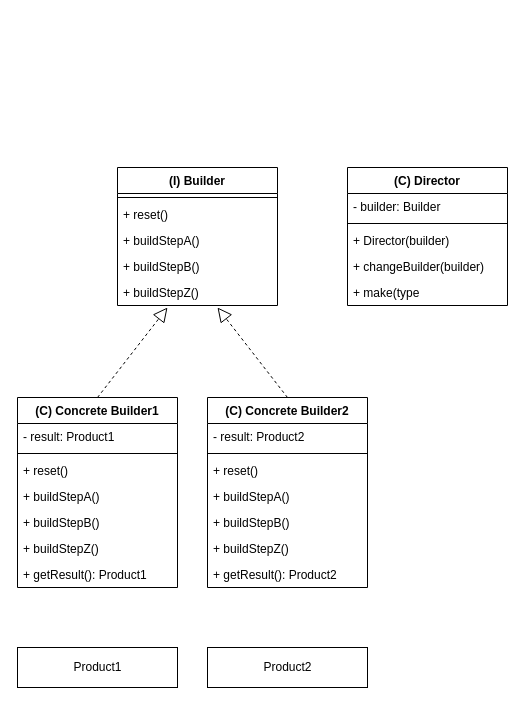
This is 04-デザインパターン/生成/Builder/クラス図.drawio from bamboo-house/Good-Code, a draw.io file, before an edit. Source tidied: cells renumbered, new cells numbered last; positions are measured from the earlier drawing's top-left corner, leaving out a move shared by most shapes. Both pictures are drawn from the tidied source at 100%, with x=0, y=0 at pixel (17, 167).
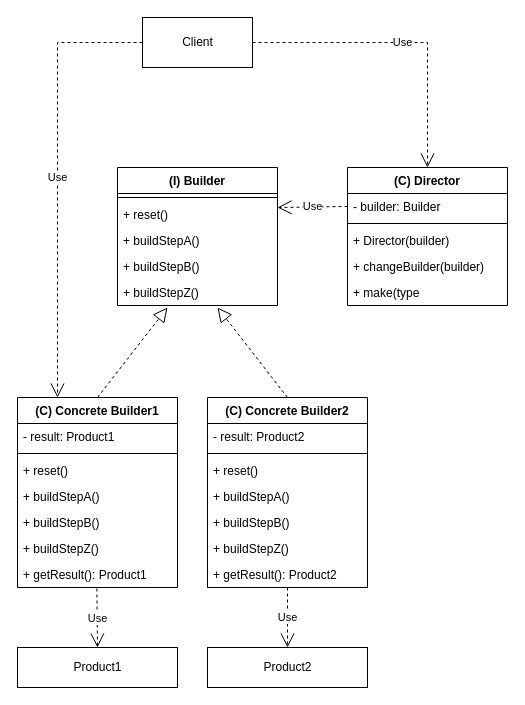
Above is the later version.

Unchanged cells that the change refers to:
```xml
<mxCell id="8" value="(C) Director" style="swimlane;fontStyle=1;align=center;verticalAlign=top;horizontal=1;startSize=26;" parent="1" vertex="1">
  <mxGeometry x="330" width="160" height="138" as="geometry" />
</mxCell>
<mxCell id="9" value="- builder: Builder" style="text;strokeColor=none;fillColor=none;align=left;verticalAlign=top;spacingLeft=4;spacingRight=4;overflow=hidden;points=[[0,0.5],[1,0.5]];portConstraint=eastwest;" parent="8" vertex="1">
  <mxGeometry y="26" width="160" height="26" as="geometry" />
</mxCell>
<mxCell id="14" value="(C) Concrete Builder1" style="swimlane;fontStyle=1;align=center;verticalAlign=top;horizontal=1;startSize=26;" parent="1" vertex="1">
  <mxGeometry y="230" width="160" height="190" as="geometry" />
</mxCell>
<mxCell id="21" value="+ getResult(): Product1" style="text;strokeColor=none;fillColor=none;align=left;verticalAlign=top;spacingLeft=4;spacingRight=4;overflow=hidden;points=[[0,0.5],[1,0.5]];portConstraint=eastwest;" parent="14" vertex="1">
  <mxGeometry y="164" width="160" height="26" as="geometry" />
</mxCell>
<mxCell id="32" value="Product1" style="html=1;" parent="1" vertex="1">
  <mxGeometry y="480" width="160" height="40" as="geometry" />
</mxCell>
<mxCell id="33" value="Product2" style="html=1;" parent="1" vertex="1">
  <mxGeometry x="190" y="480" width="160" height="40" as="geometry" />
</mxCell>
```

Change to the diagram source:
```diff
@@
+    <mxCell id="34" value="Use" style="endArrow=open;endSize=12;dashed=1;html=1;rounded=0;exitX=0;exitY=0.5;exitDx=0;exitDy=0;" parent="1" edge="1" source="9">
+      <mxGeometry relative="1" as="geometry">
+        <mxPoint x="260" y="40" as="targetPoint" />
+      </mxGeometry>
+    </mxCell>
+    <mxCell id="35" value="Client" style="html=1;" parent="1" vertex="1">
+      <mxGeometry x="125" y="-150" width="110" height="50" as="geometry" />
+    </mxCell>
+    <mxCell id="36" value="Use" style="endArrow=open;endSize=12;dashed=1;html=1;rounded=0;exitX=1;exitY=0.5;exitDx=0;exitDy=0;entryX=0.5;entryY=0;entryDx=0;entryDy=0;edgeStyle=orthogonalEdgeStyle;" parent="1" edge="1" source="35" target="8">
+      <mxGeometry relative="1" as="geometry" />
+    </mxCell>
+    <mxCell id="37" value="Use" style="endArrow=open;endSize=12;dashed=1;html=1;rounded=0;exitX=0;exitY=0.5;exitDx=0;exitDy=0;entryX=0.25;entryY=0;entryDx=0;entryDy=0;edgeStyle=orthogonalEdgeStyle;" parent="1" edge="1" source="35" target="14">
+      <mxGeometry relative="1" as="geometry" />
+    </mxCell>
+    <mxCell id="38" value="Use" style="endArrow=open;endSize=12;dashed=1;html=1;rounded=0;strokeColor=default;exitX=0.496;exitY=1.038;exitDx=0;exitDy=0;exitPerimeter=0;entryX=0.5;entryY=0;entryDx=0;entryDy=0;" parent="1" edge="1" source="21" target="32">
+      <mxGeometry relative="1" as="geometry" />
+    </mxCell>
+    <mxCell id="39" value="Use" style="endArrow=open;endSize=12;dashed=1;html=1;rounded=0;strokeColor=default;entryX=0.5;entryY=0;entryDx=0;entryDy=0;" parent="1" edge="1" target="33">
+      <mxGeometry relative="1" as="geometry">
+        <mxPoint x="270" y="420" as="sourcePoint" />
+      </mxGeometry>
+    </mxCell>
```
